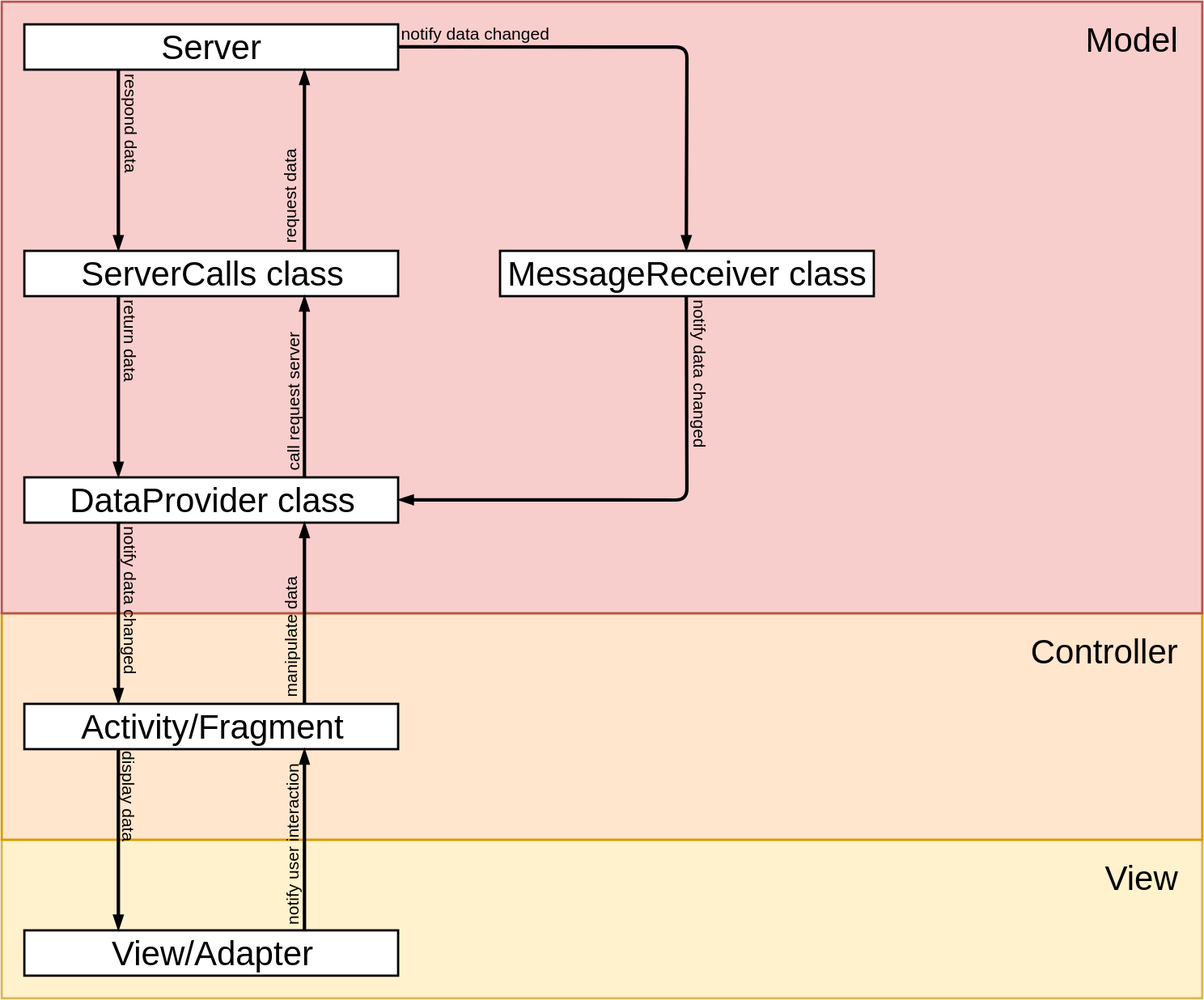
The draw.io diagram Documentation/SAD/MVCClassFlow.svg in WGPlaner/wg_planer, before a commit. Source tidied: cells renumbered, new cells last; positions are measured from the earlier drawing's top-left corner, leaving out a move shared by most shapes. The source it was exported from:
```xml
<mxGraphModel background="#ffffff">
  <root>
    <mxCell id="0" />
    <mxCell id="1" parent="0" />
    <mxCell id="2" style="rounded=0;whiteSpace=wrap;html=1;labelBackgroundColor=none;strokeColor=#d6b656;strokeWidth=2;fillColor=#fff2cc;fontFamily=Helvetica;fontSize=30;align=right;" parent="1" vertex="1">
      <mxGeometry y="740" width="1060" height="140" as="geometry" />
    </mxCell>
    <mxCell id="3" style="rounded=0;whiteSpace=wrap;html=1;labelBackgroundColor=none;strokeColor=#d79b00;strokeWidth=2;fillColor=#ffe6cc;fontFamily=Helvetica;fontSize=30;align=right;" parent="1" vertex="1">
      <mxGeometry y="540" width="1060" height="200" as="geometry" />
    </mxCell>
    <mxCell id="4" style="rounded=0;whiteSpace=wrap;html=1;labelBackgroundColor=none;strokeColor=#b85450;strokeWidth=2;fillColor=#f8cecc;fontFamily=Helvetica;fontSize=30;align=center;" parent="1" vertex="1">
      <mxGeometry width="1060" height="540" as="geometry" />
    </mxCell>
    <mxCell id="5" value="ServerCalls class" style="rounded=0;whiteSpace=wrap;html=1;labelBackgroundColor=none;strokeColor=#000000;strokeWidth=2;fillColor=#ffffff;fontFamily=Helvetica;fontSize=30;align=center;" parent="1" vertex="1">
      <mxGeometry x="20" y="220" width="330" height="40" as="geometry" />
    </mxCell>
    <mxCell id="6" value="MessageReceiver class" style="rounded=0;whiteSpace=wrap;html=1;labelBackgroundColor=none;strokeColor=#000000;strokeWidth=2;fillColor=#ffffff;fontFamily=Helvetica;fontSize=30;align=center;" parent="1" vertex="1">
      <mxGeometry x="440" y="220" width="330" height="40" as="geometry" />
    </mxCell>
    <mxCell id="7" value="DataProvider class" style="rounded=0;whiteSpace=wrap;html=1;labelBackgroundColor=none;strokeColor=#000000;strokeWidth=2;fillColor=#ffffff;fontFamily=Helvetica;fontSize=30;align=center;" parent="1" vertex="1">
      <mxGeometry x="20" y="420" width="330" height="40" as="geometry" />
    </mxCell>
    <mxCell id="8" value="Activity/Fragment" style="rounded=0;whiteSpace=wrap;html=1;labelBackgroundColor=none;strokeColor=#000000;strokeWidth=2;fillColor=#ffffff;fontFamily=Helvetica;fontSize=30;align=center;" parent="1" vertex="1">
      <mxGeometry x="20" y="620" width="330" height="40" as="geometry" />
    </mxCell>
    <mxCell id="9" value="Server" style="rounded=0;whiteSpace=wrap;html=1;labelBackgroundColor=none;strokeColor=#000000;strokeWidth=2;fillColor=#ffffff;fontFamily=Helvetica;fontSize=30;align=center;" parent="1" vertex="1">
      <mxGeometry x="20" y="20" width="330" height="40" as="geometry" />
    </mxCell>
    <mxCell id="10" style="endArrow=blockThin;html=1;strokeColor=#000000;strokeWidth=3;fontFamily=Helvetica;fontSize=30;exitX=1;exitY=0.5;entryX=0.5;entryY=0;endFill=1;" parent="1" edge="1" source="9" target="6">
      <mxGeometry relative="1" as="geometry">
        <Array as="points">
          <mxPoint x="605" y="40" />
        </Array>
      </mxGeometry>
    </mxCell>
    <mxCell id="11" value="notify data&amp;nbsp;&lt;span&gt;changed&lt;/span&gt;" style="text;html=1;align=center;verticalAlign=middle;labelBackgroundColor=none;fontSize=15;fontFamily=Helvetica;" parent="10" vertex="1">
      <mxGeometry x="-0.6" y="-2" relative="1" as="geometry">
        <mxPoint x="-18" y="-15" as="offset" />
      </mxGeometry>
    </mxCell>
    <mxCell id="12" style="endArrow=blockThin;html=1;strokeColor=#000000;strokeWidth=3;fontFamily=Helvetica;fontSize=30;exitX=0.5;exitY=1;entryX=1;entryY=0.5;endFill=1;" parent="1" edge="1" source="6" target="7">
      <mxGeometry relative="1" as="geometry">
        <Array as="points">
          <mxPoint x="605" y="440" />
        </Array>
      </mxGeometry>
    </mxCell>
    <mxCell id="13" value="notify data changed" style="text;html=1;align=center;verticalAlign=middle;labelBackgroundColor=none;fontSize=15;fontFamily=Helvetica;rotation=90;" parent="12" vertex="1">
      <mxGeometry x="-0.9" relative="1" as="geometry">
        <mxPoint x="14" y="47" as="offset" />
      </mxGeometry>
    </mxCell>
    <mxCell id="14" style="endArrow=blockThin;html=1;strokeColor=#000000;strokeWidth=3;fontFamily=Helvetica;fontSize=30;exitX=0.25;exitY=1;entryX=0.25;entryY=0;endFill=1;" parent="1" edge="1" source="7" target="8">
      <mxGeometry relative="1" as="geometry" />
    </mxCell>
    <mxCell id="15" value="notify data changed" style="text;html=1;align=center;verticalAlign=middle;labelBackgroundColor=none;fontSize=15;fontFamily=Helvetica;rotation=90;" parent="14" vertex="1">
      <mxGeometry x="-0.38" y="-1" relative="1" as="geometry">
        <mxPoint x="13" y="18" as="offset" />
      </mxGeometry>
    </mxCell>
    <mxCell id="16" value="View/Adapter" style="rounded=0;whiteSpace=wrap;html=1;labelBackgroundColor=none;strokeColor=#000000;strokeWidth=2;fillColor=#ffffff;fontFamily=Helvetica;fontSize=30;align=center;" parent="1" vertex="1">
      <mxGeometry x="20" y="820" width="330" height="40" as="geometry" />
    </mxCell>
    <mxCell id="17" style="endArrow=blockThin;html=1;strokeColor=#000000;strokeWidth=3;fontFamily=Helvetica;fontSize=30;exitX=0.25;exitY=1;endFill=1;entryX=0.25;entryY=0;" parent="1" edge="1" source="8" target="16">
      <mxGeometry relative="1" as="geometry" />
    </mxCell>
    <mxCell id="18" value="display data" style="text;html=1;align=center;verticalAlign=middle;labelBackgroundColor=none;fontSize=15;fontFamily=Helvetica;rotation=90;" parent="17" vertex="1">
      <mxGeometry x="-0.3" y="1" relative="1" as="geometry">
        <mxPoint x="10" y="-14" as="offset" />
      </mxGeometry>
    </mxCell>
    <mxCell id="19" style="endArrow=blockThin;html=1;strokeColor=#000000;strokeWidth=3;fontFamily=Helvetica;fontSize=30;exitX=0.75;exitY=0;entryX=0.75;entryY=1;endFill=1;" parent="1" edge="1" source="16" target="8">
      <mxGeometry relative="1" as="geometry" />
    </mxCell>
    <mxCell id="20" value="notify user interaction" style="text;html=1;align=center;verticalAlign=middle;labelBackgroundColor=none;fontSize=15;fontFamily=Helvetica;rotation=-90;" parent="19" vertex="1">
      <mxGeometry x="-0.24" y="-3" relative="1" as="geometry">
        <mxPoint x="-15" y="-14" as="offset" />
      </mxGeometry>
    </mxCell>
    <mxCell id="21" style="endArrow=blockThin;html=1;strokeColor=#000000;strokeWidth=3;fontFamily=Helvetica;fontSize=30;endFill=1;exitX=0.75;exitY=0;entryX=0.75;entryY=1;" parent="1" edge="1" source="8" target="7">
      <mxGeometry relative="1" as="geometry" />
    </mxCell>
    <mxCell id="22" value="manipulate data" style="text;html=1;align=center;verticalAlign=middle;labelBackgroundColor=none;fontSize=15;fontFamily=Helvetica;rotation=-90;" parent="21" vertex="1">
      <mxGeometry x="0.14" y="-1" relative="1" as="geometry">
        <mxPoint x="-14" y="33" as="offset" />
      </mxGeometry>
    </mxCell>
    <mxCell id="23" style="endArrow=blockThin;html=1;strokeColor=#000000;strokeWidth=3;fontFamily=Helvetica;fontSize=30;exitX=0.25;exitY=1;entryX=0.25;entryY=0;endFill=1;" parent="1" edge="1" source="9" target="5">
      <mxGeometry relative="1" as="geometry">
        <Array as="points">
          <mxPoint x="103" y="90" />
        </Array>
      </mxGeometry>
    </mxCell>
    <mxCell id="24" value="respond data" style="text;html=1;align=center;verticalAlign=middle;labelBackgroundColor=none;fontSize=15;fontFamily=Helvetica;rotation=90;" parent="23" vertex="1">
      <mxGeometry x="0.21" relative="1" as="geometry">
        <mxPoint x="13" y="-50" as="offset" />
      </mxGeometry>
    </mxCell>
    <mxCell id="25" style="endArrow=blockThin;html=1;strokeColor=#000000;strokeWidth=3;fontFamily=Helvetica;fontSize=30;exitX=0.75;exitY=0;entryX=0.75;entryY=1;endFill=1;" parent="1" edge="1" source="5" target="9">
      <mxGeometry relative="1" as="geometry" />
    </mxCell>
    <mxCell id="26" value="request data" style="text;html=1;align=center;verticalAlign=middle;labelBackgroundColor=none;fontSize=15;fontFamily=Helvetica;rotation=-90;" parent="25" vertex="1">
      <mxGeometry x="-0.15" y="-2" relative="1" as="geometry">
        <mxPoint x="-16" y="21" as="offset" />
      </mxGeometry>
    </mxCell>
    <mxCell id="27" style="endArrow=blockThin;html=1;strokeColor=#000000;strokeWidth=3;fontFamily=Helvetica;fontSize=30;exitX=0.75;exitY=0;entryX=0.75;entryY=1;endFill=1;" parent="1" edge="1" source="7" target="5">
      <mxGeometry relative="1" as="geometry" />
    </mxCell>
    <mxCell id="28" value="call request server" style="text;html=1;align=center;verticalAlign=middle;labelBackgroundColor=none;fontSize=15;fontFamily=Helvetica;rotation=-90;" parent="27" vertex="1">
      <mxGeometry x="0.09" relative="1" as="geometry">
        <mxPoint x="-11" y="21" as="offset" />
      </mxGeometry>
    </mxCell>
    <mxCell id="29" style="endArrow=blockThin;html=1;strokeColor=#000000;strokeWidth=3;fontFamily=Helvetica;fontSize=30;endFill=1;exitX=0.25;exitY=1;entryX=0.25;entryY=0;" parent="1" edge="1" source="5" target="7">
      <mxGeometry relative="1" as="geometry" />
    </mxCell>
    <mxCell id="30" value="return data" style="text;html=1;align=center;verticalAlign=middle;labelBackgroundColor=none;fontSize=15;fontFamily=Helvetica;rotation=90;" parent="29" vertex="1">
      <mxGeometry x="-0.45" y="1" relative="1" as="geometry">
        <mxPoint x="11" y="-5" as="offset" />
      </mxGeometry>
    </mxCell>
    <mxCell id="31" value="Model" style="text;html=1;strokeColor=none;fillColor=none;align=right;verticalAlign=top;whiteSpace=wrap;rounded=0;labelBackgroundColor=none;fontFamily=Helvetica;fontSize=30;" parent="1" vertex="1">
      <mxGeometry x="900" y="10" width="140" height="40" as="geometry" />
    </mxCell>
    <mxCell id="32" value="Controller" style="text;html=1;strokeColor=none;fillColor=none;align=right;verticalAlign=top;whiteSpace=wrap;rounded=0;labelBackgroundColor=none;fontFamily=Helvetica;fontSize=30;" parent="1" vertex="1">
      <mxGeometry x="900" y="550" width="140" height="40" as="geometry" />
    </mxCell>
    <mxCell id="33" value="View" style="text;html=1;strokeColor=none;fillColor=none;align=right;verticalAlign=top;whiteSpace=wrap;rounded=0;labelBackgroundColor=none;fontFamily=Helvetica;fontSize=30;" parent="1" vertex="1">
      <mxGeometry x="900" y="750" width="140" height="40" as="geometry" />
    </mxCell>
  </root>
</mxGraphModel>
```
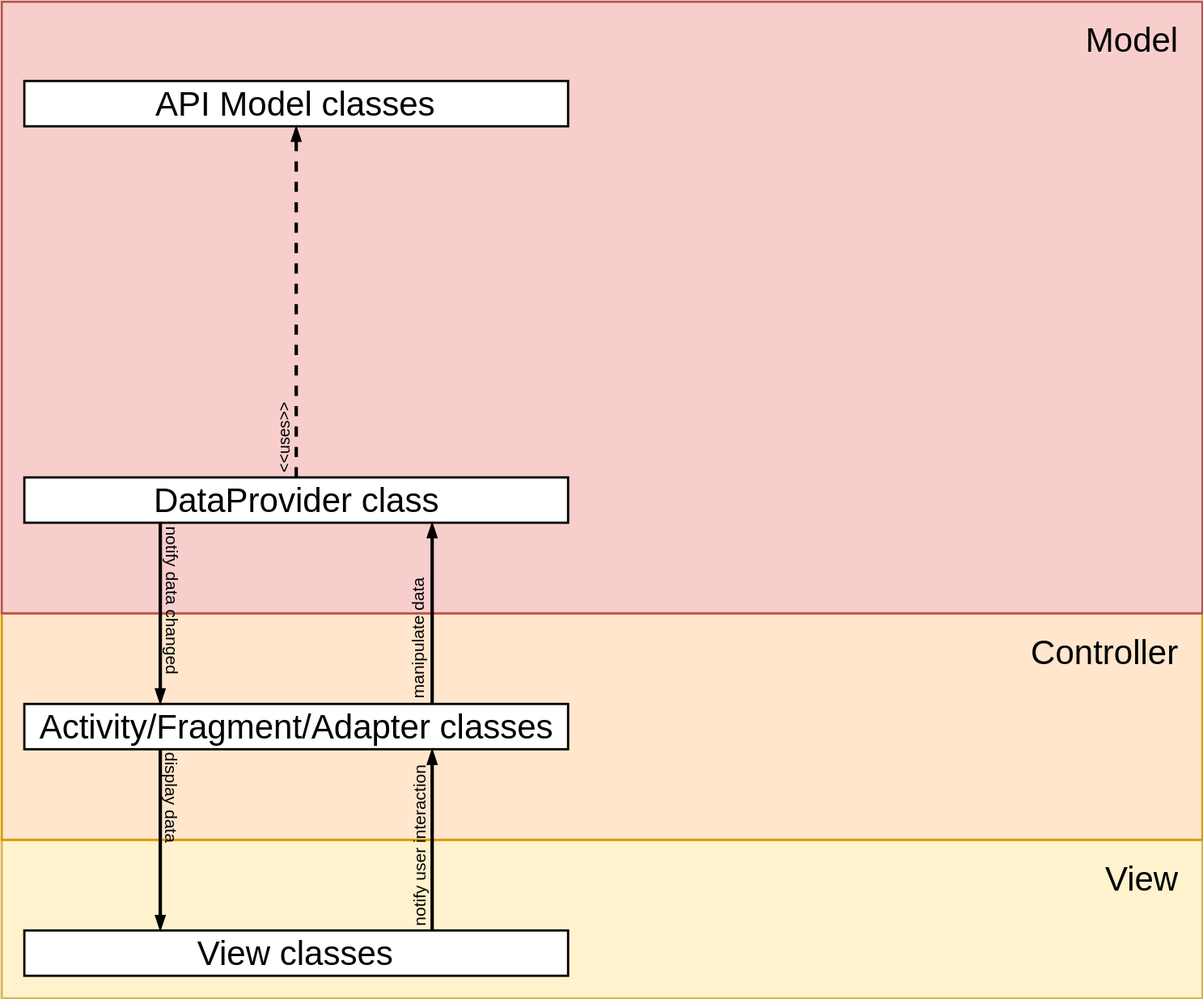
Later version of the same file.

Commit message:
[SAD] Change ClassFlow Diagrams

What changed in the source:
```diff
@@ -11,45 +11,12 @@
     <mxCell id="4" style="rounded=0;whiteSpace=wrap;html=1;labelBackgroundColor=none;strokeColor=#b85450;strokeWidth=2;fillColor=#f8cecc;fontFamily=Helvetica;fontSize=30;align=center;" parent="1" vertex="1">
       <mxGeometry width="1060" height="540" as="geometry" />
     </mxCell>
-    <mxCell id="5" value="ServerCalls class" style="rounded=0;whiteSpace=wrap;html=1;labelBackgroundColor=none;strokeColor=#000000;strokeWidth=2;fillColor=#ffffff;fontFamily=Helvetica;fontSize=30;align=center;" parent="1" vertex="1">
-      <mxGeometry x="20" y="220" width="330" height="40" as="geometry" />
-    </mxCell>
-    <mxCell id="6" value="MessageReceiver class" style="rounded=0;whiteSpace=wrap;html=1;labelBackgroundColor=none;strokeColor=#000000;strokeWidth=2;fillColor=#ffffff;fontFamily=Helvetica;fontSize=30;align=center;" parent="1" vertex="1">
-      <mxGeometry x="440" y="220" width="330" height="40" as="geometry" />
-    </mxCell>
     <mxCell id="7" value="DataProvider class" style="rounded=0;whiteSpace=wrap;html=1;labelBackgroundColor=none;strokeColor=#000000;strokeWidth=2;fillColor=#ffffff;fontFamily=Helvetica;fontSize=30;align=center;" parent="1" vertex="1">
-      <mxGeometry x="20" y="420" width="330" height="40" as="geometry" />
+      <mxGeometry x="20" y="420" width="480" height="40" as="geometry" />
     </mxCell>
-    <mxCell id="8" value="Activity/Fragment" style="rounded=0;whiteSpace=wrap;html=1;labelBackgroundColor=none;strokeColor=#000000;strokeWidth=2;fillColor=#ffffff;fontFamily=Helvetica;fontSize=30;align=center;" parent="1" vertex="1">
-      <mxGeometry x="20" y="620" width="330" height="40" as="geometry" />
+    <mxCell id="8" value="Activity/Fragment/Adapter classes" style="rounded=0;whiteSpace=wrap;html=1;labelBackgroundColor=none;strokeColor=#000000;strokeWidth=2;fillColor=#ffffff;fontFamily=Helvetica;fontSize=30;align=center;" parent="1" vertex="1">
+      <mxGeometry x="20" y="620" width="480" height="40" as="geometry" />
     </mxCell>
-    <mxCell id="9" value="Server" style="rounded=0;whiteSpace=wrap;html=1;labelBackgroundColor=none;strokeColor=#000000;strokeWidth=2;fillColor=#ffffff;fontFamily=Helvetica;fontSize=30;align=center;" parent="1" vertex="1">
-      <mxGeometry x="20" y="20" width="330" height="40" as="geometry" />
-    </mxCell>
-    <mxCell id="10" style="endArrow=blockThin;html=1;strokeColor=#000000;strokeWidth=3;fontFamily=Helvetica;fontSize=30;exitX=1;exitY=0.5;entryX=0.5;entryY=0;endFill=1;" parent="1" edge="1" source="9" target="6">
-      <mxGeometry relative="1" as="geometry">
-        <Array as="points">
-          <mxPoint x="605" y="40" />
-        </Array>
-      </mxGeometry>
-    </mxCell>
-    <mxCell id="11" value="notify data&amp;nbsp;&lt;span&gt;changed&lt;/span&gt;" style="text;html=1;align=center;verticalAlign=middle;labelBackgroundColor=none;fontSize=15;fontFamily=Helvetica;" parent="10" vertex="1">
-      <mxGeometry x="-0.6" y="-2" relative="1" as="geometry">
-        <mxPoint x="-18" y="-15" as="offset" />
-      </mxGeometry>
-    </mxCell>
-    <mxCell id="12" style="endArrow=blockThin;html=1;strokeColor=#000000;strokeWidth=3;fontFamily=Helvetica;fontSize=30;exitX=0.5;exitY=1;entryX=1;entryY=0.5;endFill=1;" parent="1" edge="1" source="6" target="7">
-      <mxGeometry relative="1" as="geometry">
-        <Array as="points">
-          <mxPoint x="605" y="440" />
-        </Array>
-      </mxGeometry>
-    </mxCell>
-    <mxCell id="13" value="notify data changed" style="text;html=1;align=center;verticalAlign=middle;labelBackgroundColor=none;fontSize=15;fontFamily=Helvetica;rotation=90;" parent="12" vertex="1">
-      <mxGeometry x="-0.9" relative="1" as="geometry">
-        <mxPoint x="14" y="47" as="offset" />
-      </mxGeometry>
-    </mxCell>
     <mxCell id="14" style="endArrow=blockThin;html=1;strokeColor=#000000;strokeWidth=3;fontFamily=Helvetica;fontSize=30;exitX=0.25;exitY=1;entryX=0.25;entryY=0;endFill=1;" parent="1" edge="1" source="7" target="8">
       <mxGeometry relative="1" as="geometry" />
     </mxCell>
@@ -58,8 +25,8 @@
         <mxPoint x="13" y="18" as="offset" />
       </mxGeometry>
     </mxCell>
-    <mxCell id="16" value="View/Adapter" style="rounded=0;whiteSpace=wrap;html=1;labelBackgroundColor=none;strokeColor=#000000;strokeWidth=2;fillColor=#ffffff;fontFamily=Helvetica;fontSize=30;align=center;" parent="1" vertex="1">
-      <mxGeometry x="20" y="820" width="330" height="40" as="geometry" />
+    <mxCell id="16" value="View classes" style="rounded=0;whiteSpace=wrap;html=1;labelBackgroundColor=none;strokeColor=#000000;strokeWidth=2;fillColor=#ffffff;fontFamily=Helvetica;fontSize=30;align=center;" parent="1" vertex="1">
+      <mxGeometry x="20" y="820" width="480" height="40" as="geometry" />
     </mxCell>
     <mxCell id="17" style="endArrow=blockThin;html=1;strokeColor=#000000;strokeWidth=3;fontFamily=Helvetica;fontSize=30;exitX=0.25;exitY=1;endFill=1;entryX=0.25;entryY=0;" parent="1" edge="1" source="8" target="16">
       <mxGeometry relative="1" as="geometry" />
@@ -85,42 +52,6 @@
         <mxPoint x="-14" y="33" as="offset" />
       </mxGeometry>
     </mxCell>
-    <mxCell id="23" style="endArrow=blockThin;html=1;strokeColor=#000000;strokeWidth=3;fontFamily=Helvetica;fontSize=30;exitX=0.25;exitY=1;entryX=0.25;entryY=0;endFill=1;" parent="1" edge="1" source="9" target="5">
-      <mxGeometry relative="1" as="geometry">
-        <Array as="points">
-          <mxPoint x="103" y="90" />
-        </Array>
-      </mxGeometry>
-    </mxCell>
-    <mxCell id="24" value="respond data" style="text;html=1;align=center;verticalAlign=middle;labelBackgroundColor=none;fontSize=15;fontFamily=Helvetica;rotation=90;" parent="23" vertex="1">
-      <mxGeometry x="0.21" relative="1" as="geometry">
-        <mxPoint x="13" y="-50" as="offset" />
-      </mxGeometry>
-    </mxCell>
-    <mxCell id="25" style="endArrow=blockThin;html=1;strokeColor=#000000;strokeWidth=3;fontFamily=Helvetica;fontSize=30;exitX=0.75;exitY=0;entryX=0.75;entryY=1;endFill=1;" parent="1" edge="1" source="5" target="9">
-      <mxGeometry relative="1" as="geometry" />
-    </mxCell>
-    <mxCell id="26" value="request data" style="text;html=1;align=center;verticalAlign=middle;labelBackgroundColor=none;fontSize=15;fontFamily=Helvetica;rotation=-90;" parent="25" vertex="1">
-      <mxGeometry x="-0.15" y="-2" relative="1" as="geometry">
-        <mxPoint x="-16" y="21" as="offset" />
-      </mxGeometry>
-    </mxCell>
-    <mxCell id="27" style="endArrow=blockThin;html=1;strokeColor=#000000;strokeWidth=3;fontFamily=Helvetica;fontSize=30;exitX=0.75;exitY=0;entryX=0.75;entryY=1;endFill=1;" parent="1" edge="1" source="7" target="5">
-      <mxGeometry relative="1" as="geometry" />
-    </mxCell>
-    <mxCell id="28" value="call request server" style="text;html=1;align=center;verticalAlign=middle;labelBackgroundColor=none;fontSize=15;fontFamily=Helvetica;rotation=-90;" parent="27" vertex="1">
-      <mxGeometry x="0.09" relative="1" as="geometry">
-        <mxPoint x="-11" y="21" as="offset" />
-      </mxGeometry>
-    </mxCell>
-    <mxCell id="29" style="endArrow=blockThin;html=1;strokeColor=#000000;strokeWidth=3;fontFamily=Helvetica;fontSize=30;endFill=1;exitX=0.25;exitY=1;entryX=0.25;entryY=0;" parent="1" edge="1" source="5" target="7">
-      <mxGeometry relative="1" as="geometry" />
-    </mxCell>
-    <mxCell id="30" value="return data" style="text;html=1;align=center;verticalAlign=middle;labelBackgroundColor=none;fontSize=15;fontFamily=Helvetica;rotation=90;" parent="29" vertex="1">
-      <mxGeometry x="-0.45" y="1" relative="1" as="geometry">
-        <mxPoint x="11" y="-5" as="offset" />
-      </mxGeometry>
-    </mxCell>
     <mxCell id="31" value="Model" style="text;html=1;strokeColor=none;fillColor=none;align=right;verticalAlign=top;whiteSpace=wrap;rounded=0;labelBackgroundColor=none;fontFamily=Helvetica;fontSize=30;" parent="1" vertex="1">
       <mxGeometry x="900" y="10" width="140" height="40" as="geometry" />
     </mxCell>
@@ -130,5 +61,16 @@
     <mxCell id="33" value="View" style="text;html=1;strokeColor=none;fillColor=none;align=right;verticalAlign=top;whiteSpace=wrap;rounded=0;labelBackgroundColor=none;fontFamily=Helvetica;fontSize=30;" parent="1" vertex="1">
       <mxGeometry x="900" y="750" width="140" height="40" as="geometry" />
     </mxCell>
+    <mxCell id="34" value="API Model classes" style="rounded=0;whiteSpace=wrap;html=1;labelBackgroundColor=none;strokeColor=#000000;strokeWidth=2;fillColor=#ffffff;fontFamily=Helvetica;fontSize=30;align=center;" parent="1" vertex="1">
+      <mxGeometry x="20" y="70" width="480" height="40" as="geometry" />
+    </mxCell>
+    <mxCell id="35" style="endArrow=blockThin;html=1;labelBackgroundColor=none;strokeColor=#000000;strokeWidth=3;fontFamily=Helvetica;fontSize=14;fontColor=#000000;align=center;exitX=0.5;exitY=0;entryX=0.5;entryY=1;endFill=1;dashed=1;" parent="1" edge="1" source="7" target="34">
+      <mxGeometry relative="1" as="geometry" />
+    </mxCell>
+    <mxCell id="36" value="&amp;lt;&amp;lt;uses&amp;gt;&amp;gt;" style="text;html=1;align=center;verticalAlign=middle;labelBackgroundColor=none;fontSize=14;fontFamily=Helvetica;fontColor=#000000;rotation=-90;" parent="35" vertex="1">
+      <mxGeometry x="-0.21" y="-1" relative="1" as="geometry">
+        <mxPoint x="-13" y="88" as="offset" />
+      </mxGeometry>
+    </mxCell>
   </root>
 </mxGraphModel>
```
